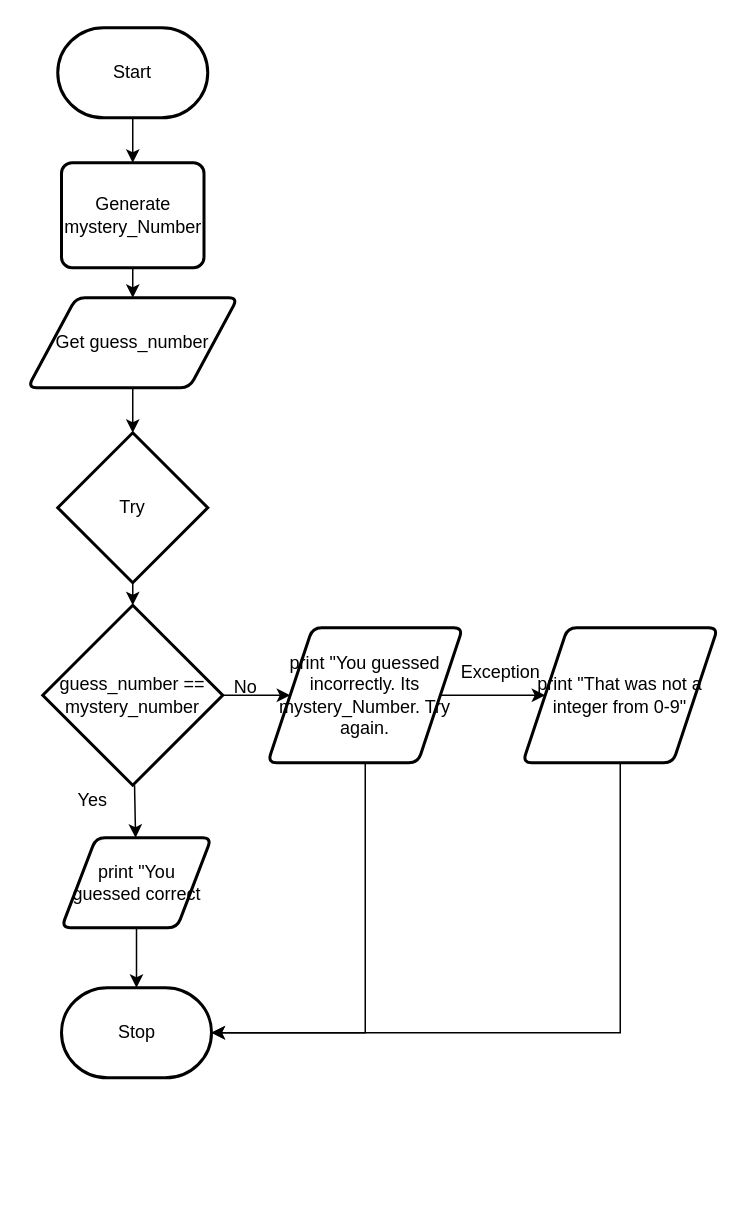
Before: Draw.io/Flowchart.drawio in Peter-Gemmell/ICS3U-Unit3-06-Python, a draw.io diagram. Source tidied: cells renumbered, new cells numbered last; positions are measured from the earlier drawing's top-left corner, leaving out a move shared by most shapes. Both pictures are drawn from the tidied source at 150%, with x=0, y=0 at pixel (27, 27).
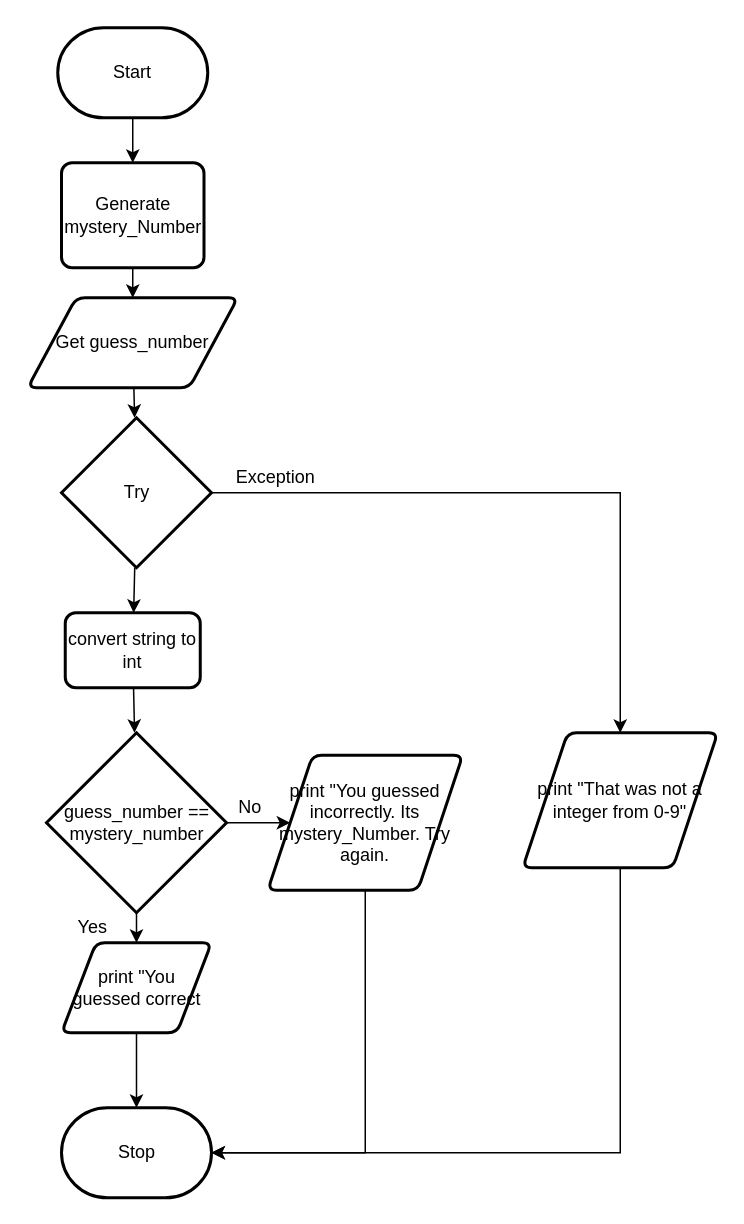
Above is the later version.

Diff of the diagram source:
```diff
@@
     <mxCell id="7" value="print &quot;You guessed correct" style="shape=parallelogram;html=1;strokeWidth=2;perimeter=parallelogramPerimeter;whiteSpace=wrap;rounded=1;arcSize=12;size=0.23;" parent="1" vertex="1">
-      <mxGeometry x="22.5" y="540" width="100" height="60" as="geometry" />
+      <mxGeometry x="22.5" y="610" width="100" height="60" as="geometry" />
     </mxCell>
     <mxCell id="8" value="Stop" style="strokeWidth=2;html=1;shape=mxgraph.flowchart.terminator;whiteSpace=wrap;" parent="1" vertex="1">
-      <mxGeometry x="22.5" y="640" width="100" height="60" as="geometry" />
+      <mxGeometry x="22.5" y="720" width="100" height="60" as="geometry" />
     </mxCell>
@@
     <mxCell id="11" value="&lt;span&gt;guess_number == mystery_number&lt;/span&gt;" style="strokeWidth=2;html=1;shape=mxgraph.flowchart.decision;whiteSpace=wrap;" parent="1" vertex="1">
-      <mxGeometry x="10" y="385" width="120" height="120" as="geometry" />
+      <mxGeometry x="12.5" y="470" width="120" height="120" as="geometry" />
     </mxCell>
-    <mxCell id="12" style="edgeStyle=none;rounded=0;html=1;" parent="1" edge="1" source="14" target="18">
-      <mxGeometry relative="1" as="geometry" />
-    </mxCell>
     <mxCell id="13" style="edgeStyle=none;rounded=0;html=1;entryX=1;entryY=0.5;entryDx=0;entryDy=0;entryPerimeter=0;" parent="1" edge="1" source="14" target="8">
       <mxGeometry relative="1" as="geometry">
         <Array as="points">
-          <mxPoint x="225" y="670" />
+          <mxPoint x="225" y="750" />
         </Array>
       </mxGeometry>
     </mxCell>
     <mxCell id="14" value="print &quot;You guessed incorrectly. Its mystery_Number. Try again." style="shape=parallelogram;html=1;strokeWidth=2;perimeter=parallelogramPerimeter;whiteSpace=wrap;rounded=1;arcSize=12;size=0.23;" parent="1" vertex="1">
-      <mxGeometry x="160" y="400" width="130" height="90" as="geometry" />
+      <mxGeometry x="160" y="485" width="130" height="90" as="geometry" />
     </mxCell>
@@
     <mxCell id="17" style="edgeStyle=none;rounded=0;html=1;entryX=1;entryY=0.5;entryDx=0;entryDy=0;entryPerimeter=0;" parent="1" edge="1" source="18" target="8">
       <mxGeometry relative="1" as="geometry">
         <Array as="points">
-          <mxPoint x="395" y="670" />
+          <mxPoint x="395" y="750" />
         </Array>
       </mxGeometry>
     </mxCell>
     <mxCell id="18" value="print &quot;That was not a integer from 0-9&quot;" style="shape=parallelogram;html=1;strokeWidth=2;perimeter=parallelogramPerimeter;whiteSpace=wrap;rounded=1;arcSize=12;size=0.23;" parent="1" vertex="1">
-      <mxGeometry x="330" y="400" width="130" height="90" as="geometry" />
+      <mxGeometry x="330" y="470" width="130" height="90" as="geometry" />
     </mxCell>
-    <mxCell id="19" style="edgeStyle=none;rounded=0;html=1;" parent="1" edge="1" source="20" target="11">
-      <mxGeometry relative="1" as="geometry" />
-    </mxCell>
+    <mxCell id="24" style="edgeStyle=none;html=1;entryX=0.5;entryY=0;entryDx=0;entryDy=0;rounded=0;" parent="1" edge="1" source="20" target="18">
+      <mxGeometry relative="1" as="geometry">
+        <Array as="points">
+          <mxPoint x="395" y="310" />
+        </Array>
+      </mxGeometry>
+    </mxCell>
+    <mxCell id="25" style="edgeStyle=none;rounded=0;html=1;" parent="1" edge="1" source="20" target="27">
+      <mxGeometry relative="1" as="geometry" />
+    </mxCell>
     <mxCell id="20" value="Try" style="strokeWidth=2;html=1;shape=mxgraph.flowchart.decision;whiteSpace=wrap;" parent="1" vertex="1">
-      <mxGeometry x="20" y="270" width="100" height="100" as="geometry" />
+      <mxGeometry x="22.5" y="260" width="100" height="100" as="geometry" />
     </mxCell>
     <mxCell id="21" value="Yes&lt;br&gt;" style="text;html=1;align=center;verticalAlign=middle;strokeColor=none;fillColor=none;" parent="1" vertex="1">
-      <mxGeometry x="22.5" y="505" width="40" height="20" as="geometry" />
+      <mxGeometry x="22.5" y="590" width="40" height="20" as="geometry" />
     </mxCell>
     <mxCell id="22" value="No" style="text;html=1;align=center;verticalAlign=middle;strokeColor=none;fillColor=none;" parent="1" vertex="1">
-      <mxGeometry x="130" y="430" width="30" height="20" as="geometry" />
+      <mxGeometry x="132.5" y="510" width="30" height="20" as="geometry" />
     </mxCell>
     <mxCell id="23" value="Exception" style="text;html=1;align=center;verticalAlign=middle;strokeColor=none;fillColor=none;" parent="1" vertex="1">
-      <mxGeometry x="280" y="420" width="70" height="20" as="geometry" />
+      <mxGeometry x="130" y="290" width="70" height="20" as="geometry" />
     </mxCell>
+    <mxCell id="26" style="edgeStyle=none;rounded=0;html=1;" parent="1" edge="1" source="27" target="11">
+      <mxGeometry relative="1" as="geometry" />
+    </mxCell>
+    <mxCell id="27" value="&lt;span&gt;convert string to int&lt;/span&gt;" style="rounded=1;whiteSpace=wrap;html=1;absoluteArcSize=1;arcSize=14;strokeWidth=2;" parent="1" vertex="1">
+      <mxGeometry x="25" y="390" width="90" height="50" as="geometry" />
+    </mxCell>
```
